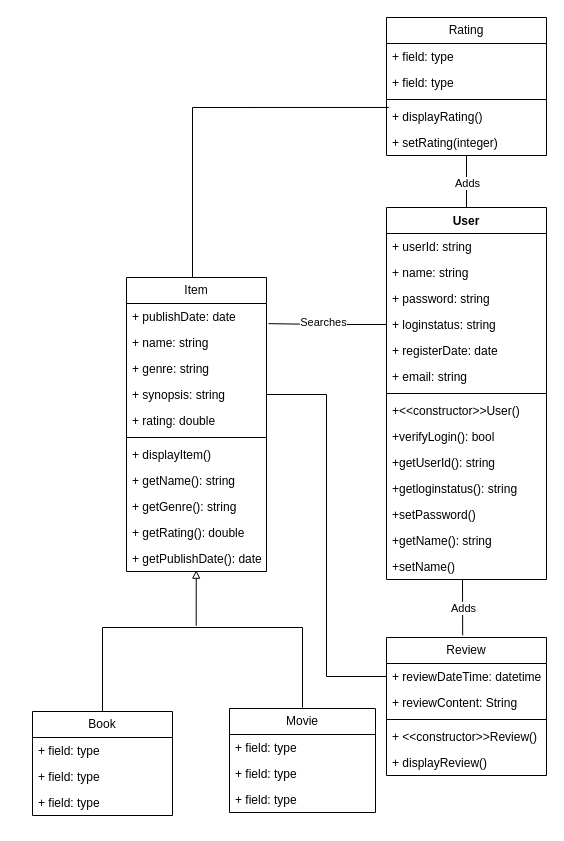
The draw.io diagram RevisedDiagram.drawio in LordDdanielHan/test, before the edit. Source tidied: cells renumbered, new cells numbered last; positions are measured from the earlier drawing's top-left corner, leaving out a move shared by most shapes. Both pictures are drawn from the tidied source at 100%, with x=0, y=0 at pixel (32, 17).
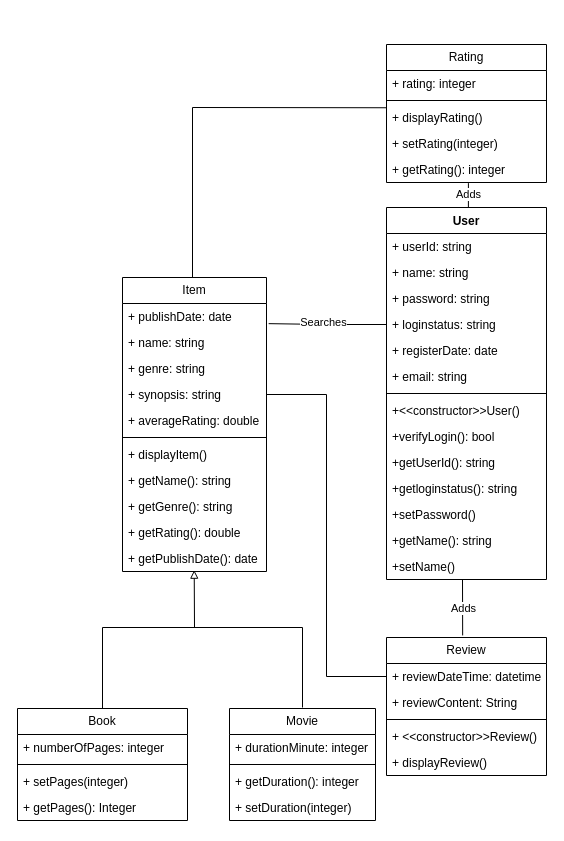
The same diagram, later.

Unchanged cells that the change refers to:
```xml
<mxCell id="2" value="User" style="swimlane;fontStyle=1;align=center;verticalAlign=top;horizontal=1;startSize=26;whiteSpace=wrap;html=1;" parent="1" vertex="1">
  <mxGeometry x="354" y="190" width="160" height="372" as="geometry" />
</mxCell>
```

The edit, as a diff of the source:
```diff
@@
     <mxCell id="23" value="Item" style="swimlane;fontStyle=0;horizontal=1;startSize=26;fillColor=none;whiteSpace=wrap;html=1;" parent="1" vertex="1">
-      <mxGeometry x="94" y="260" width="140" height="294" as="geometry" />
+      <mxGeometry x="90" y="260" width="144" height="294" as="geometry" />
     </mxCell>
     <mxCell id="24" value="+ publishDate: date" style="text;strokeColor=none;fillColor=none;align=left;verticalAlign=top;spacingLeft=4;spacingRight=4;overflow=hidden;points=[[0,0.5],[1,0.5]];portConstraint=eastwest;whiteSpace=wrap;html=1;" parent="23" vertex="1">
-      <mxGeometry y="26" width="140" height="26" as="geometry" />
+      <mxGeometry y="26" width="144" height="26" as="geometry" />
     </mxCell>
     <mxCell id="25" value="+ name: string" style="text;strokeColor=none;fillColor=none;align=left;verticalAlign=top;spacingLeft=4;spacingRight=4;overflow=hidden;whiteSpace=wrap;html=1;" parent="23" vertex="1">
-      <mxGeometry y="52" width="140" height="26" as="geometry" />
+      <mxGeometry y="52" width="144" height="26" as="geometry" />
     </mxCell>
     <mxCell id="26" value="+ genre: string" style="text;strokeColor=none;fillColor=none;align=left;verticalAlign=top;spacingLeft=4;spacingRight=4;overflow=hidden;whiteSpace=wrap;html=1;" parent="23" vertex="1">
-      <mxGeometry y="78" width="140" height="26" as="geometry" />
+      <mxGeometry y="78" width="144" height="26" as="geometry" />
     </mxCell>
     <mxCell id="27" value="+ synopsis: string" style="text;strokeColor=none;fillColor=none;align=left;verticalAlign=top;spacingLeft=4;spacingRight=4;overflow=hidden;points=[[0,0.5],[1,0.5]];portConstraint=eastwest;whiteSpace=wrap;html=1;" parent="23" vertex="1">
-      <mxGeometry y="104" width="140" height="26" as="geometry" />
+      <mxGeometry y="104" width="144" height="26" as="geometry" />
     </mxCell>
-    <mxCell id="28" value="+ rating: double" style="text;strokeColor=none;fillColor=none;align=left;verticalAlign=top;spacingLeft=4;spacingRight=4;overflow=hidden;whiteSpace=wrap;html=1;" parent="23" vertex="1">
-      <mxGeometry y="130" width="140" height="26" as="geometry" />
+    <mxCell id="28" value="+ averageRating: double" style="text;strokeColor=none;fillColor=none;align=left;verticalAlign=top;spacingLeft=4;spacingRight=4;overflow=hidden;whiteSpace=wrap;html=1;" parent="23" vertex="1">
+      <mxGeometry y="130" width="144" height="26" as="geometry" />
     </mxCell>
     <mxCell id="29" style="line;strokeWidth=1;fillColor=none;align=left;verticalAlign=middle;spacingTop=-1;spacingLeft=3;spacingRight=3;labelPosition=right;strokeColor=inherit;" parent="23" vertex="1">
-      <mxGeometry y="156" width="140" height="8" as="geometry" />
+      <mxGeometry y="156" width="144" height="8" as="geometry" />
     </mxCell>
     <mxCell id="30" value="+ displayItem()" style="text;strokeColor=none;fillColor=none;align=left;verticalAlign=top;spacingLeft=4;spacingRight=4;overflow=hidden;whiteSpace=wrap;html=1;" parent="23" vertex="1">
-      <mxGeometry y="164" width="140" height="26" as="geometry" />
+      <mxGeometry y="164" width="144" height="26" as="geometry" />
     </mxCell>
     <mxCell id="31" value="+ getName(): string" style="text;strokeColor=none;fillColor=none;align=left;verticalAlign=top;spacingLeft=4;spacingRight=4;overflow=hidden;whiteSpace=wrap;html=1;" parent="23" vertex="1">
-      <mxGeometry y="190" width="140" height="26" as="geometry" />
+      <mxGeometry y="190" width="144" height="26" as="geometry" />
     </mxCell>
     <mxCell id="32" value="+ getGenre(): string" style="text;strokeColor=none;fillColor=none;align=left;verticalAlign=top;spacingLeft=4;spacingRight=4;overflow=hidden;whiteSpace=wrap;html=1;" parent="23" vertex="1">
-      <mxGeometry y="216" width="140" height="26" as="geometry" />
+      <mxGeometry y="216" width="144" height="26" as="geometry" />
     </mxCell>
     <mxCell id="33" value="+ getRating(): double" style="text;strokeColor=none;fillColor=none;align=left;verticalAlign=top;spacingLeft=4;spacingRight=4;overflow=hidden;whiteSpace=wrap;html=1;" parent="23" vertex="1">
-      <mxGeometry y="242" width="140" height="26" as="geometry" />
+      <mxGeometry y="242" width="144" height="26" as="geometry" />
     </mxCell>
     <mxCell id="34" value="+ getPublishDate(): date" style="text;strokeColor=none;fillColor=none;align=left;verticalAlign=top;spacingLeft=4;spacingRight=4;overflow=hidden;points=[[0,0.5],[1,0.5]];portConstraint=eastwest;whiteSpace=wrap;html=1;" parent="23" vertex="1">
-      <mxGeometry y="268" width="140" height="26" as="geometry" />
+      <mxGeometry y="268" width="144" height="26" as="geometry" />
     </mxCell>
     <mxCell id="35" value="Book" style="swimlane;fontStyle=0;horizontal=1;startSize=26;fillColor=none;whiteSpace=wrap;html=1;" parent="1" vertex="1">
-      <mxGeometry y="694" width="140" height="104" as="geometry" />
+      <mxGeometry x="-15" y="691" width="170" height="112" as="geometry" />
     </mxCell>
-    <mxCell id="36" value="+ field: type" style="text;strokeColor=none;fillColor=none;align=left;verticalAlign=top;spacingLeft=4;spacingRight=4;overflow=hidden;whiteSpace=wrap;html=1;" parent="35" vertex="1">
-      <mxGeometry y="26" width="140" height="26" as="geometry" />
+    <mxCell id="36" value="+ numberOfPages: integer" style="text;strokeColor=none;fillColor=none;align=left;verticalAlign=top;spacingLeft=4;spacingRight=4;overflow=hidden;whiteSpace=wrap;html=1;" parent="35" vertex="1">
+      <mxGeometry y="26" width="170" height="26" as="geometry" />
     </mxCell>
+    <mxCell id="62" style="line;strokeWidth=1;fillColor=none;align=left;verticalAlign=middle;spacingTop=-1;spacingLeft=3;spacingRight=3;labelPosition=right;strokeColor=inherit;" parent="35" vertex="1">
+      <mxGeometry y="52" width="170" height="8" as="geometry" />
+    </mxCell>
-    <mxCell id="37" value="+ field: type" style="text;strokeColor=none;fillColor=none;align=left;verticalAlign=top;spacingLeft=4;spacingRight=4;overflow=hidden;whiteSpace=wrap;html=1;" parent="35" vertex="1">
-      <mxGeometry y="52" width="140" height="26" as="geometry" />
+    <mxCell id="37" value="+ setPages(integer)" style="text;strokeColor=none;fillColor=none;align=left;verticalAlign=top;spacingLeft=4;spacingRight=4;overflow=hidden;whiteSpace=wrap;html=1;" parent="35" vertex="1">
+      <mxGeometry y="60" width="170" height="26" as="geometry" />
     </mxCell>
-    <mxCell id="38" value="+ field: type" style="text;strokeColor=none;fillColor=none;align=left;verticalAlign=top;spacingLeft=4;spacingRight=4;overflow=hidden;whiteSpace=wrap;html=1;" parent="35" vertex="1">
-      <mxGeometry y="78" width="140" height="26" as="geometry" />
-    </mxCell>
+    <mxCell id="63" value="+ getPages(): Integer" style="text;strokeColor=none;fillColor=none;align=left;verticalAlign=top;spacingLeft=4;spacingRight=4;overflow=hidden;whiteSpace=wrap;html=1;" parent="35" vertex="1">
+      <mxGeometry y="86" width="170" height="26" as="geometry" />
+    </mxCell>
     <mxCell id="39" value="Movie" style="swimlane;fontStyle=0;horizontal=1;startSize=26;fillColor=none;whiteSpace=wrap;html=1;" parent="1" vertex="1">
-      <mxGeometry x="197" y="691" width="146" height="104" as="geometry" />
+      <mxGeometry x="197" y="691" width="146" height="112" as="geometry" />
     </mxCell>
-    <mxCell id="40" value="+ field: type" style="text;strokeColor=none;fillColor=none;align=left;verticalAlign=top;spacingLeft=4;spacingRight=4;overflow=hidden;whiteSpace=wrap;html=1;" parent="39" vertex="1">
+    <mxCell id="40" value="+ durationMinute: integer" style="text;strokeColor=none;fillColor=none;align=left;verticalAlign=top;spacingLeft=4;spacingRight=4;overflow=hidden;whiteSpace=wrap;html=1;" parent="39" vertex="1">
       <mxGeometry y="26" width="146" height="26" as="geometry" />
     </mxCell>
+    <mxCell id="64" style="line;strokeWidth=1;fillColor=none;align=left;verticalAlign=middle;spacingTop=-1;spacingLeft=3;spacingRight=3;labelPosition=right;strokeColor=inherit;" parent="39" vertex="1">
+      <mxGeometry y="52" width="146" height="8" as="geometry" />
+    </mxCell>
-    <mxCell id="41" value="+ field: type" style="text;strokeColor=none;fillColor=none;align=left;verticalAlign=top;spacingLeft=4;spacingRight=4;overflow=hidden;whiteSpace=wrap;html=1;" parent="39" vertex="1">
-      <mxGeometry y="52" width="146" height="26" as="geometry" />
+    <mxCell id="41" value="+ getDuration(): integer" style="text;strokeColor=none;fillColor=none;align=left;verticalAlign=top;spacingLeft=4;spacingRight=4;overflow=hidden;whiteSpace=wrap;html=1;" parent="39" vertex="1">
+      <mxGeometry y="60" width="146" height="26" as="geometry" />
     </mxCell>
-    <mxCell id="42" value="+ field: type" style="text;strokeColor=none;fillColor=none;align=left;verticalAlign=top;spacingLeft=4;spacingRight=4;overflow=hidden;whiteSpace=wrap;html=1;" parent="39" vertex="1">
-      <mxGeometry y="78" width="146" height="26" as="geometry" />
-    </mxCell>
+    <mxCell id="65" value="+ setDuration(integer)" style="text;strokeColor=none;fillColor=none;align=left;verticalAlign=top;spacingLeft=4;spacingRight=4;overflow=hidden;whiteSpace=wrap;html=1;" parent="39" vertex="1">
+      <mxGeometry y="86" width="146" height="26" as="geometry" />
+    </mxCell>
     <mxCell id="43" value="Rating" style="swimlane;fontStyle=0;horizontal=1;startSize=26;fillColor=none;whiteSpace=wrap;html=1;" parent="1" vertex="1">
-      <mxGeometry x="354" width="160" height="138" as="geometry" />
+      <mxGeometry x="354" y="27" width="160" height="138" as="geometry" />
     </mxCell>
-    <mxCell id="44" value="+ field: type" style="text;strokeColor=none;fillColor=none;align=left;verticalAlign=top;spacingLeft=4;spacingRight=4;overflow=hidden;whiteSpace=wrap;html=1;" parent="43" vertex="1">
+    <mxCell id="44" value="+ rating: integer" style="text;strokeColor=none;fillColor=none;align=left;verticalAlign=top;spacingLeft=4;spacingRight=4;overflow=hidden;whiteSpace=wrap;html=1;" parent="43" vertex="1">
       <mxGeometry y="26" width="160" height="26" as="geometry" />
     </mxCell>
-    <mxCell id="45" value="+ field: type" style="text;strokeColor=none;fillColor=none;align=left;verticalAlign=top;spacingLeft=4;spacingRight=4;overflow=hidden;whiteSpace=wrap;html=1;" parent="43" vertex="1">
-      <mxGeometry y="52" width="160" height="26" as="geometry" />
-    </mxCell>
     <mxCell id="46" style="line;strokeWidth=1;fillColor=none;align=left;verticalAlign=middle;spacingTop=-1;spacingLeft=3;spacingRight=3;labelPosition=right;strokeColor=inherit;" parent="43" vertex="1">
-      <mxGeometry y="78" width="160" height="8" as="geometry" />
+      <mxGeometry y="52" width="160" height="8" as="geometry" />
     </mxCell>
     <mxCell id="47" value="+ displayRating()" style="text;strokeColor=none;fillColor=none;align=left;verticalAlign=top;spacingLeft=4;spacingRight=4;overflow=hidden;points=[[0,0.5],[1,0.5]];portConstraint=eastwest;whiteSpace=wrap;html=1;" parent="43" vertex="1">
-      <mxGeometry y="86" width="160" height="26" as="geometry" />
+      <mxGeometry y="60" width="160" height="26" as="geometry" />
     </mxCell>
     <mxCell id="48" value="+ setRating(integer)" style="text;strokeColor=none;fillColor=none;align=left;verticalAlign=top;spacingLeft=4;spacingRight=4;overflow=hidden;points=[[0,0.5],[1,0.5]];portConstraint=eastwest;whiteSpace=wrap;html=1;" parent="43" vertex="1">
-      <mxGeometry y="112" width="160" height="26" as="geometry" />
+      <mxGeometry y="86" width="160" height="26" as="geometry" />
     </mxCell>
+    <mxCell id="66" value="+ getRating(): integer" style="text;strokeColor=none;fillColor=none;align=left;verticalAlign=top;spacingLeft=4;spacingRight=4;overflow=hidden;points=[[0,0.5],[1,0.5]];portConstraint=eastwest;whiteSpace=wrap;html=1;" parent="43" vertex="1">
+      <mxGeometry y="112" width="160" height="26" as="geometry" />
+    </mxCell>
-    <mxCell id="49" style="edgeStyle=orthogonalEdgeStyle;rounded=0;jettySize=auto;html=1;exitX=0.5;exitY=0;exitDx=0;exitDy=0;entryX=0.5;entryY=1.02;entryDx=0;entryDy=0;entryPerimeter=0;endArrow=none;endFill=0;" parent="1" edge="1" source="2" target="48">
+    <mxCell id="49" style="edgeStyle=orthogonalEdgeStyle;rounded=0;jettySize=auto;html=1;exitX=0.5;exitY=0;exitDx=0;exitDy=0;entryX=0.512;entryY=1.025;entryDx=0;entryDy=0;entryPerimeter=0;endArrow=none;endFill=0;" parent="1" edge="1" source="2" target="66">
       <mxGeometry relative="1" as="geometry" />
     </mxCell>
@@
     <mxCell id="54" style="endArrow=block;html=1;rounded=0;endFill=0;entryX=0.498;entryY=0.95;entryDx=0;entryDy=0;entryPerimeter=0;" parent="1" edge="1" target="34">
       <mxGeometry relative="1" as="geometry">
-        <mxPoint x="163.7" y="608.3" as="sourcePoint" />
+        <mxPoint x="162" y="610" as="sourcePoint" />
       </mxGeometry>
     </mxCell>
@@
-    <mxCell id="58" style="endArrow=none;html=1;rounded=0;entryX=0.014;entryY=0.153;entryDx=0;entryDy=0;entryPerimeter=0;" parent="1" edge="1" target="47">
+    <mxCell id="58" style="endArrow=none;html=1;rounded=0;entryX=0.003;entryY=0.125;entryDx=0;entryDy=0;entryPerimeter=0;" parent="1" edge="1" target="47">
       <mxGeometry relative="1" as="geometry">
         <mxPoint x="160" y="90" as="sourcePoint" />
       </mxGeometry>
     </mxCell>
```
